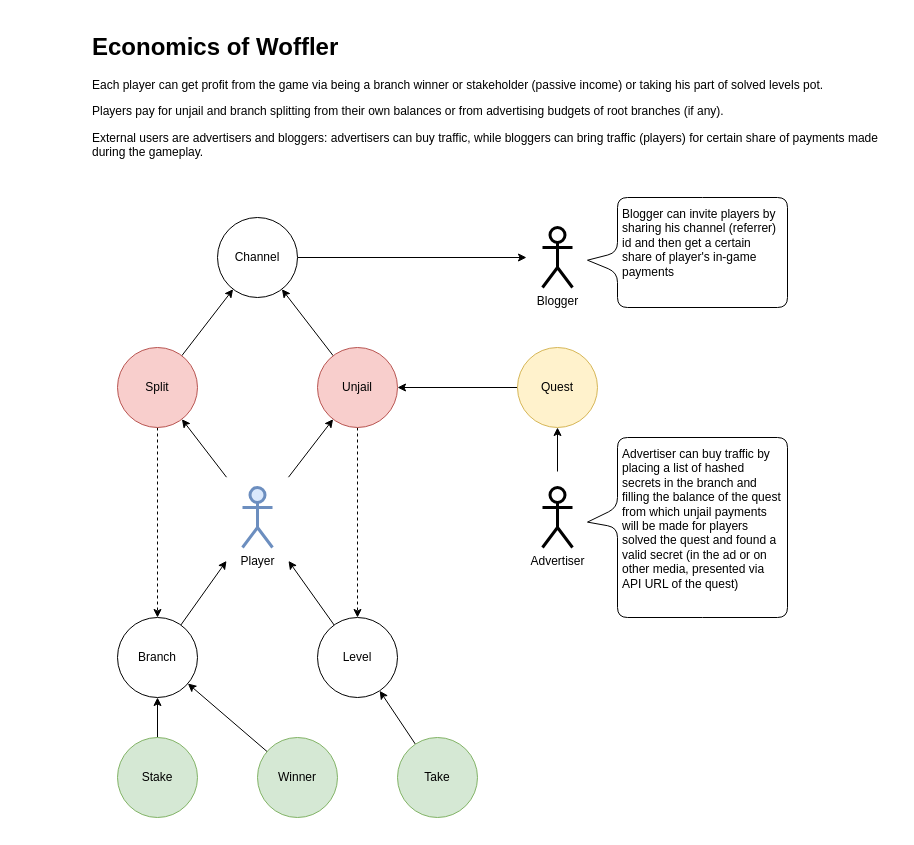
This is page "economics" (13 of 15) of ia/WOFFLER IA.drawio from cptn-solo/woffler_contract, a draw.io file, before an edit. Source tidied: cells renumbered, new cells numbered last; positions are measured from the earlier drawing's top-left corner, leaving out a move shared by most shapes. Both pictures are drawn from the tidied source at 100%, with x=0, y=0 at pixel (87, 27).
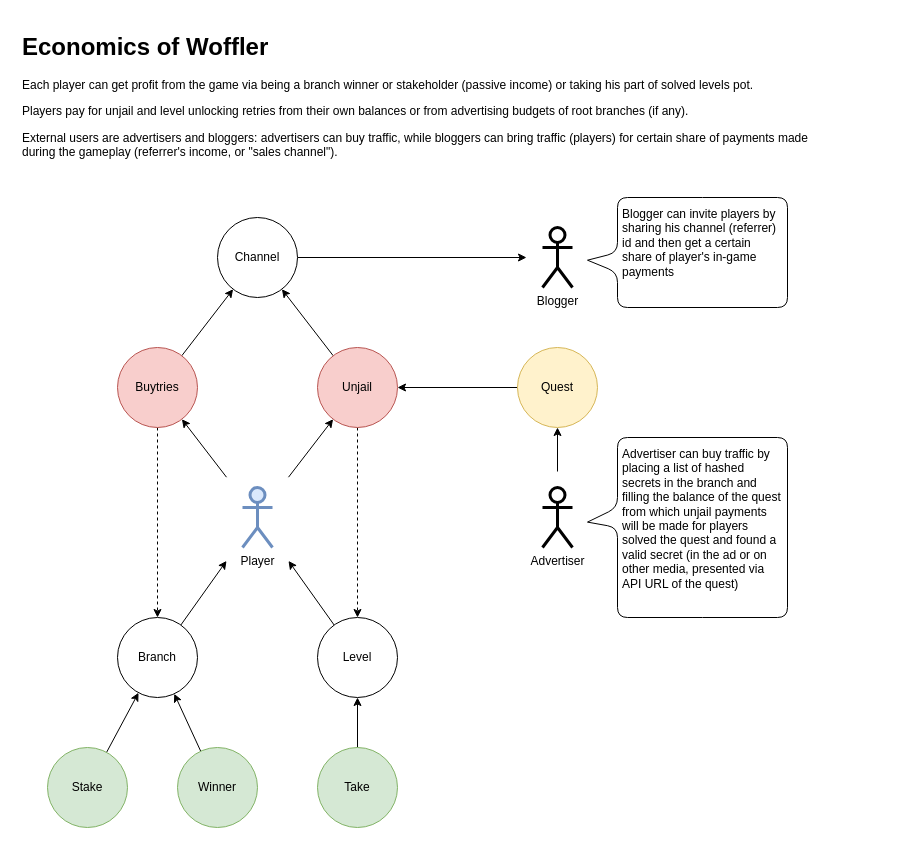
Above is the later version.

Commit message (it also covers changes not shown here):
#70 Limit `revshare` action scope to 10-20 branches per call to prevent overtiming: added treshold (10) some IA cleanup

The edit, as a diff of the source:
```diff
@@
-    <mxCell id="7" value="Split" style="ellipse;whiteSpace=wrap;html=1;fillColor=#f8cecc;strokeColor=#b85450;" parent="1" vertex="1">
+    <mxCell id="7" value="Buytries" style="ellipse;whiteSpace=wrap;html=1;fillColor=#f8cecc;strokeColor=#b85450;" parent="1" vertex="1">
       <mxGeometry x="30" y="320" width="80" height="80" as="geometry" />
     </mxCell>
@@
     <mxCell id="21" value="Stake" style="ellipse;whiteSpace=wrap;html=1;fillColor=#d5e8d4;strokeColor=#82b366;" parent="1" vertex="1">
-      <mxGeometry x="30" y="710" width="80" height="80" as="geometry" />
+      <mxGeometry x="-40" y="720" width="80" height="80" as="geometry" />
     </mxCell>
@@
     <mxCell id="23" value="Winner" style="ellipse;whiteSpace=wrap;html=1;fillColor=#d5e8d4;strokeColor=#82b366;" parent="1" vertex="1">
-      <mxGeometry x="170" y="710" width="80" height="80" as="geometry" />
+      <mxGeometry x="90" y="720" width="80" height="80" as="geometry" />
     </mxCell>
@@
     <mxCell id="25" value="Take" style="ellipse;whiteSpace=wrap;html=1;fillColor=#d5e8d4;strokeColor=#82b366;" parent="1" vertex="1">
-      <mxGeometry x="310" y="710" width="80" height="80" as="geometry" />
+      <mxGeometry x="230" y="720" width="80" height="80" as="geometry" />
     </mxCell>
@@
-    <mxCell id="30" value="&lt;h1&gt;Economics of Woffler&lt;/h1&gt;&lt;p&gt;Each player can get profit from the game via being a branch winner or stakeholder (passive income) or taking his part of solved levels pot.&lt;/p&gt;&lt;p&gt;Players pay for unjail and branch splitting from their own balances or from advertising budgets of root branches (if any).&lt;/p&gt;&lt;p&gt;External users are advertisers and bloggers: advertisers can buy traffic, while bloggers can bring traffic (players) for certain share of payments made during the gameplay.&lt;/p&gt;" style="text;html=1;strokeColor=none;fillColor=none;spacing=5;spacingTop=-20;whiteSpace=wrap;overflow=hidden;rounded=0;" parent="1" vertex="1">
-      <mxGeometry width="810" height="140" as="geometry" />
+    <mxCell id="30" value="&lt;h1&gt;Economics of Woffler&lt;/h1&gt;&lt;p&gt;Each player can get profit from the game via being a branch winner or stakeholder (passive income) or taking his part of solved levels pot.&lt;/p&gt;&lt;p&gt;Players pay for unjail and level unlocking retries from their own balances or from advertising budgets of root branches (if any).&lt;/p&gt;&lt;p&gt;External users are advertisers and bloggers: advertisers can buy traffic, while bloggers can bring traffic (players) for certain share of payments made during the gameplay (referrer's income, or &quot;sales channel&quot;).&lt;/p&gt;" style="text;html=1;strokeColor=none;fillColor=none;spacing=5;spacingTop=-20;whiteSpace=wrap;overflow=hidden;rounded=0;" parent="1" vertex="1">
+      <mxGeometry x="-70" width="810" height="140" as="geometry" />
     </mxCell>
```
